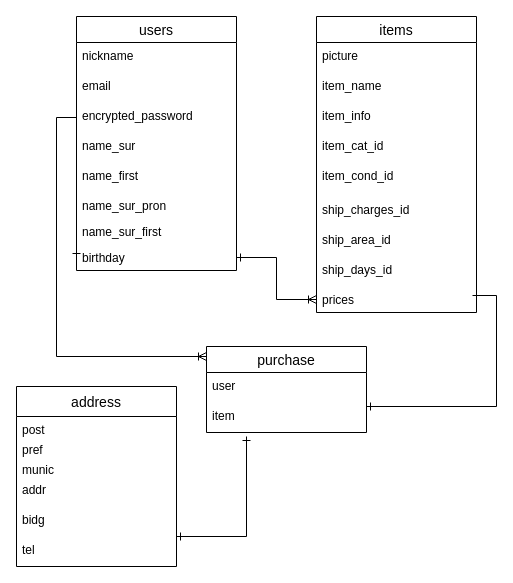
RikuTanioka/furima-36236 keeps this draw.io diagram as test.dio. Above is the earlier version. Source tidied: cells renumbered, new cells numbered last; positions are measured from the earlier drawing's top-left corner, leaving out a move shared by most shapes. Both pictures are drawn from the tidied source at 100%, with x=0, y=0 at pixel (16, 16).
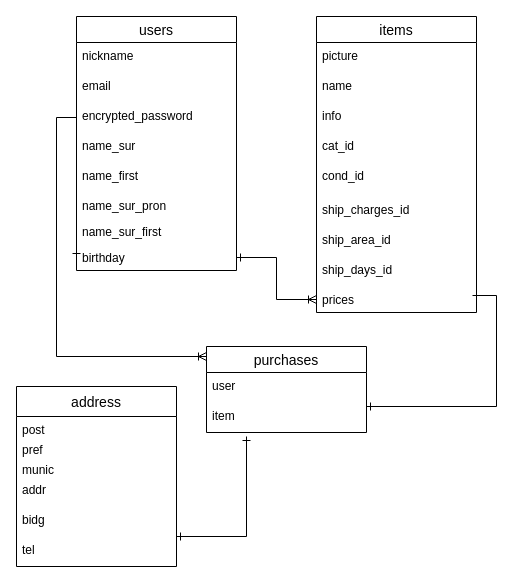
Above is the later version.

Unchanged cells that the change refers to:
```xml
<mxCell id="11" value="items" style="swimlane;fontStyle=0;horizontal=1;startSize=26;align=center;fontSize=14;" parent="1" vertex="1">
  <mxGeometry x="300" width="160" height="296" as="geometry" />
</mxCell>
```

What changed in the source:
```diff
@@
-    <mxCell id="13" value="item_name" style="text;strokeColor=none;fillColor=none;spacingLeft=4;spacingRight=4;overflow=hidden;fontSize=12;" parent="11" vertex="1">
+    <mxCell id="13" value="name" style="text;strokeColor=none;fillColor=none;spacingLeft=4;spacingRight=4;overflow=hidden;fontSize=12;" parent="11" vertex="1">
       <mxGeometry y="56" width="160" height="30" as="geometry" />
     </mxCell>
-    <mxCell id="14" value="item_info" style="text;strokeColor=none;fillColor=none;spacingLeft=4;spacingRight=4;overflow=hidden;fontSize=12;" parent="11" vertex="1">
+    <mxCell id="14" value="info" style="text;strokeColor=none;fillColor=none;spacingLeft=4;spacingRight=4;overflow=hidden;fontSize=12;" parent="11" vertex="1">
       <mxGeometry y="86" width="160" height="30" as="geometry" />
     </mxCell>
-    <mxCell id="15" value="item_cat_id" style="text;strokeColor=none;fillColor=none;spacingLeft=4;spacingRight=4;overflow=hidden;fontSize=12;" parent="11" vertex="1">
+    <mxCell id="15" value="cat_id" style="text;strokeColor=none;fillColor=none;spacingLeft=4;spacingRight=4;overflow=hidden;fontSize=12;" parent="11" vertex="1">
       <mxGeometry y="116" width="160" height="30" as="geometry" />
     </mxCell>
-    <mxCell id="16" value="item_cond_id" style="text;strokeColor=none;fillColor=none;spacingLeft=4;spacingRight=4;overflow=hidden;fontSize=12;" parent="11" vertex="1">
+    <mxCell id="16" value="cond_id" style="text;strokeColor=none;fillColor=none;spacingLeft=4;spacingRight=4;overflow=hidden;fontSize=12;" parent="11" vertex="1">
       <mxGeometry y="146" width="160" height="34" as="geometry" />
     </mxCell>
@@
-    <mxCell id="32" value="purchase" style="swimlane;fontStyle=0;horizontal=1;startSize=26;align=center;fontSize=14;" parent="1" vertex="1">
+    <mxCell id="32" value="purchases" style="swimlane;fontStyle=0;horizontal=1;startSize=26;align=center;fontSize=14;" parent="1" vertex="1">
       <mxGeometry x="190" y="330" width="160" height="86" as="geometry" />
     </mxCell>
```
